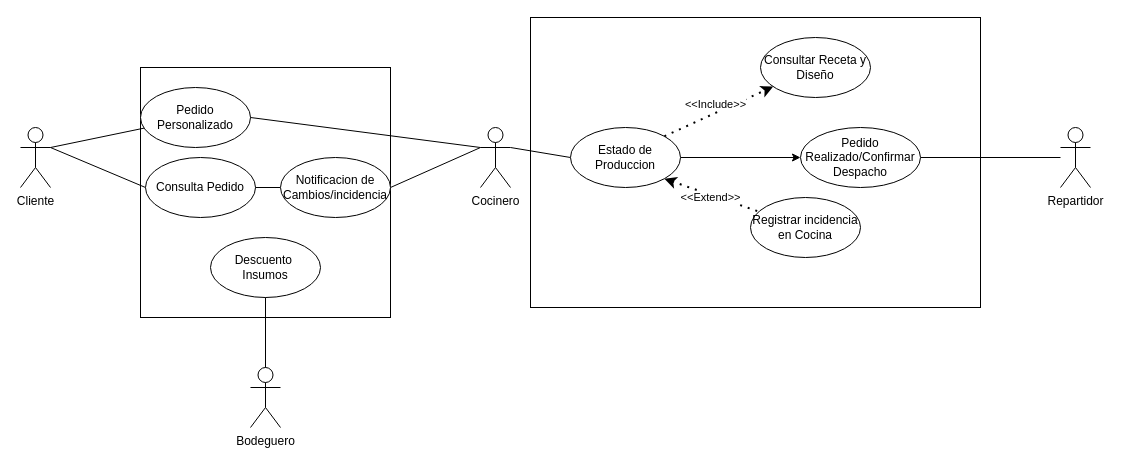
Earlier version of the draw.io diagram Diagrama de casos de uso (orden de trabajo).drawio (jorgeortizcastillo2020-hue/MSI_JJ_PARADIGMA4-1_IEC_N2_C1). Source tidied: cells renumbered, new cells numbered last; positions are measured from the earlier drawing's top-left corner, leaving out a move shared by most shapes. Both pictures are drawn from the tidied source at 100%, with x=0, y=0 at pixel (20, 17).
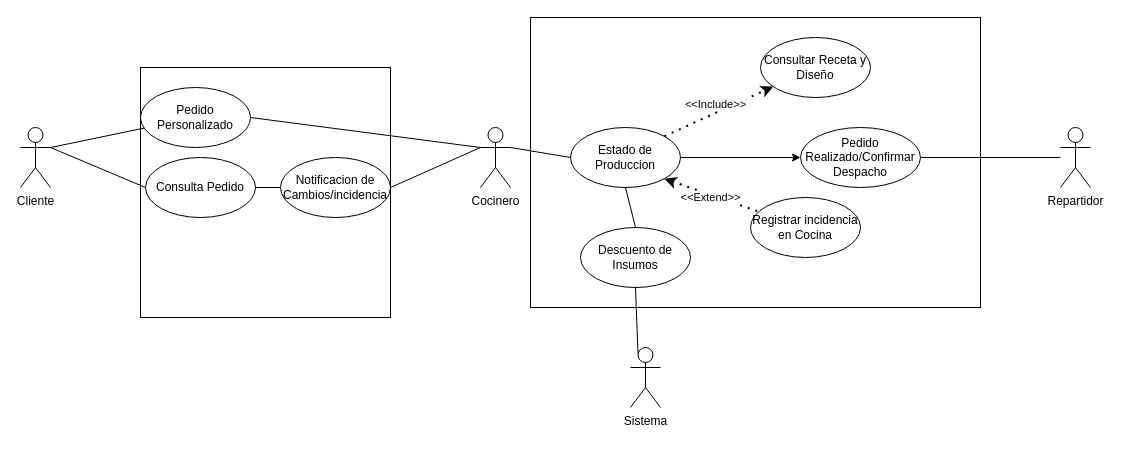
Above is the later version.

The change refers to these unchanged cells:
```xml
<mxCell id="13" value="Estado de Produccion" style="ellipse;whiteSpace=wrap;html=1;shapeInside=1;" parent="1" vertex="1">
  <mxGeometry x="550" y="110" width="110" height="60" as="geometry" />
</mxCell>
```

Diff of the diagram source:
```diff
@@
+    <mxCell id="29" style="rounded=0;jettySize=auto;html=1;exitX=0.5;exitY=1;exitDx=0;exitDy=0;entryX=0.5;entryY=0;entryDx=0;entryDy=0;defaultLabelBackgroundColor=page;endArrow=none;endFill=0;" parent="1" edge="1" source="13" target="30">
+      <mxGeometry relative="1" as="geometry" />
+    </mxCell>
@@
-    <mxCell id="23" value="Descuento&amp;nbsp;&lt;div&gt;Insumos&lt;/div&gt;" style="ellipse;whiteSpace=wrap;html=1;shapeInside=1;" parent="1" vertex="1">
-      <mxGeometry x="190" y="220" width="110" height="60" as="geometry" />
-    </mxCell>
-    <mxCell id="24" value="Bodeguero" style="shape=umlActor;verticalLabelPosition=bottom;verticalAlign=top;html=1;outlineConnect=0;labelPerimeter=1;" parent="1" vertex="1">
-      <mxGeometry x="230" y="350" width="30" height="60" as="geometry" />
-    </mxCell>
-    <mxCell id="25" style="rounded=0;jettySize=auto;html=1;exitX=0.5;exitY=1;exitDx=0;exitDy=0;entryX=0.5;entryY=0;entryDx=0;entryDy=0;entryPerimeter=0;defaultLabelBackgroundColor=page;endArrow=none;endFill=0;" parent="1" edge="1" source="23" target="24">
-      <mxGeometry relative="1" as="geometry" />
-    </mxCell>
@@
+    <mxCell id="30" value="Descuento de&lt;div&gt;Insumos&lt;/div&gt;" style="ellipse;whiteSpace=wrap;html=1;shapeInside=1;" parent="1" vertex="1">
+      <mxGeometry x="560" y="210" width="110" height="60" as="geometry" />
+    </mxCell>
+    <mxCell id="31" value="Sistema" style="shape=umlActor;verticalLabelPosition=bottom;verticalAlign=top;html=1;outlineConnect=0;labelPerimeter=1;" parent="1" vertex="1">
+      <mxGeometry x="610" y="330" width="30" height="60" as="geometry" />
+    </mxCell>
+    <mxCell id="32" style="rounded=0;jettySize=auto;html=1;exitX=0.5;exitY=1;exitDx=0;exitDy=0;entryX=0.25;entryY=0.1;entryDx=0;entryDy=0;entryPerimeter=0;defaultLabelBackgroundColor=page;endArrow=none;endFill=0;" parent="1" edge="1" source="30" target="31">
+      <mxGeometry relative="1" as="geometry" />
+    </mxCell>
```
